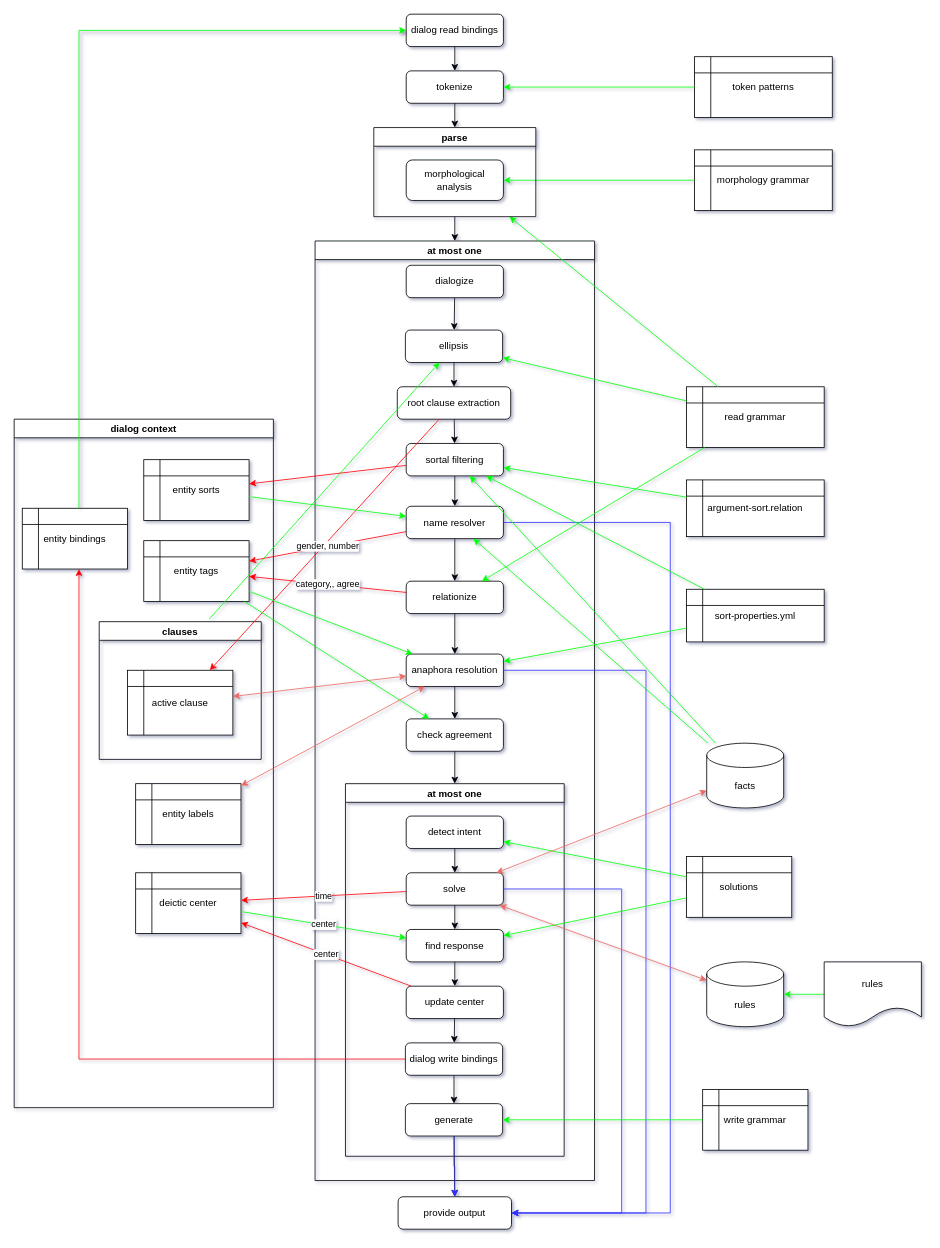
Above: doc/diagram/system1.drawio in garfix/nli-go (draw.io), before the change. Source tidied: cells renumbered, new cells numbered last; positions are measured from the earlier drawing's top-left corner, leaving out a move shared by most shapes. Both pictures are drawn from the tidied source at 81%, with x=0, y=0 at pixel (14, 14).
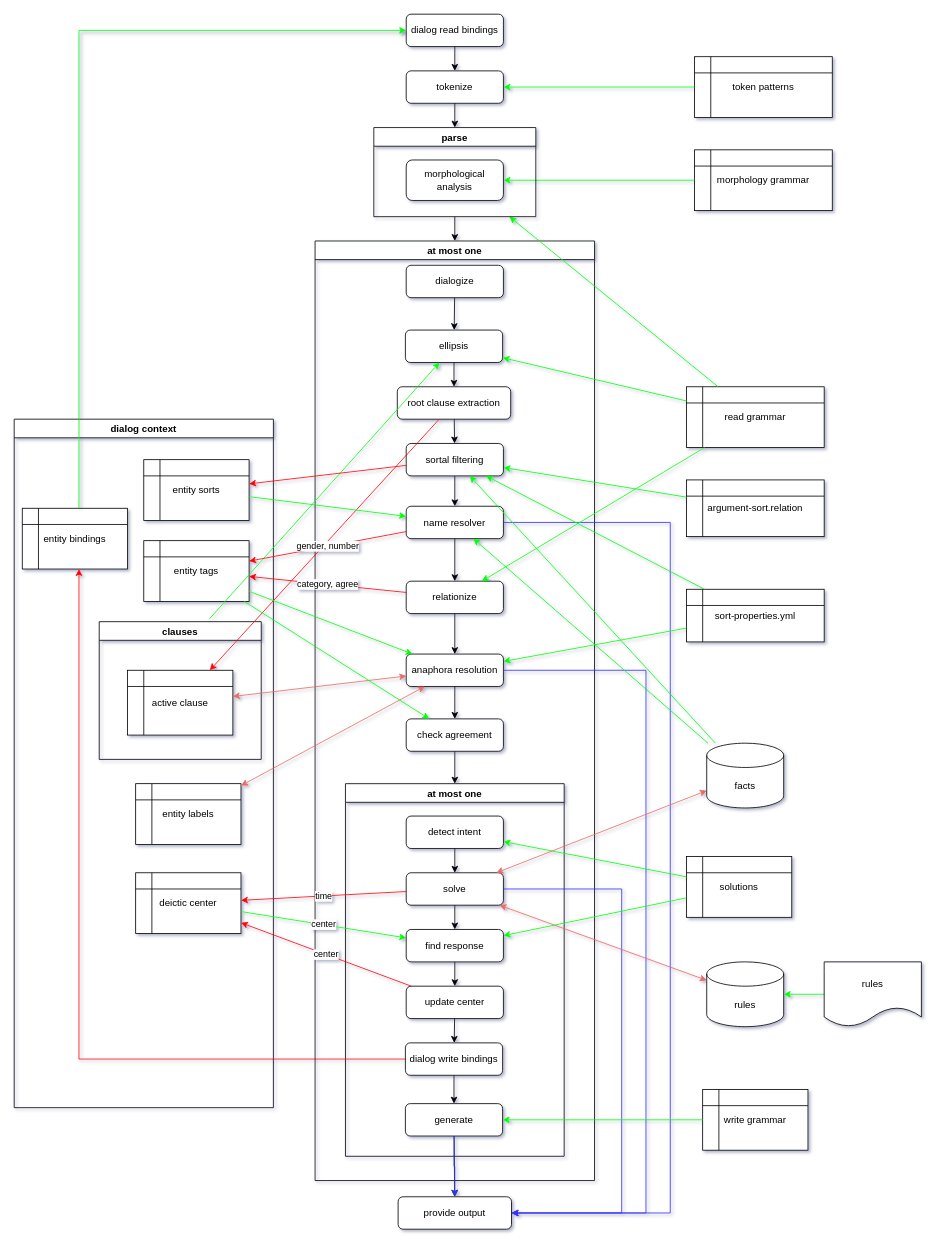
Above is the later version.

Unchanged cells that the change refers to:
```xml
<mxCell id="31" value="relationize" style="rounded=1;whiteSpace=wrap;html=1;" parent="4" vertex="1">
  <mxGeometry x="112.5" y="420" width="120" height="40" as="geometry" />
</mxCell>
<mxCell id="48" value="entity tags" style="shape=internalStorage;whiteSpace=wrap;html=1;backgroundOutline=1;" parent="45" vertex="1">
  <mxGeometry x="160" y="150" width="130" height="75" as="geometry" />
</mxCell>
```

The edit, as a diff of the source:
```diff
@@
-    <mxCell id="81" value="category,, agree" style="endArrow=classic;html=1;rounded=0;strokeColor=#FF0000;" parent="1" edge="1" source="31" target="48">
+    <mxCell id="81" value="category, agree" style="endArrow=classic;html=1;rounded=0;strokeColor=#FF0000;" parent="1" edge="1" source="31" target="48">
       <mxGeometry relative="1" as="geometry" />
     </mxCell>
```
